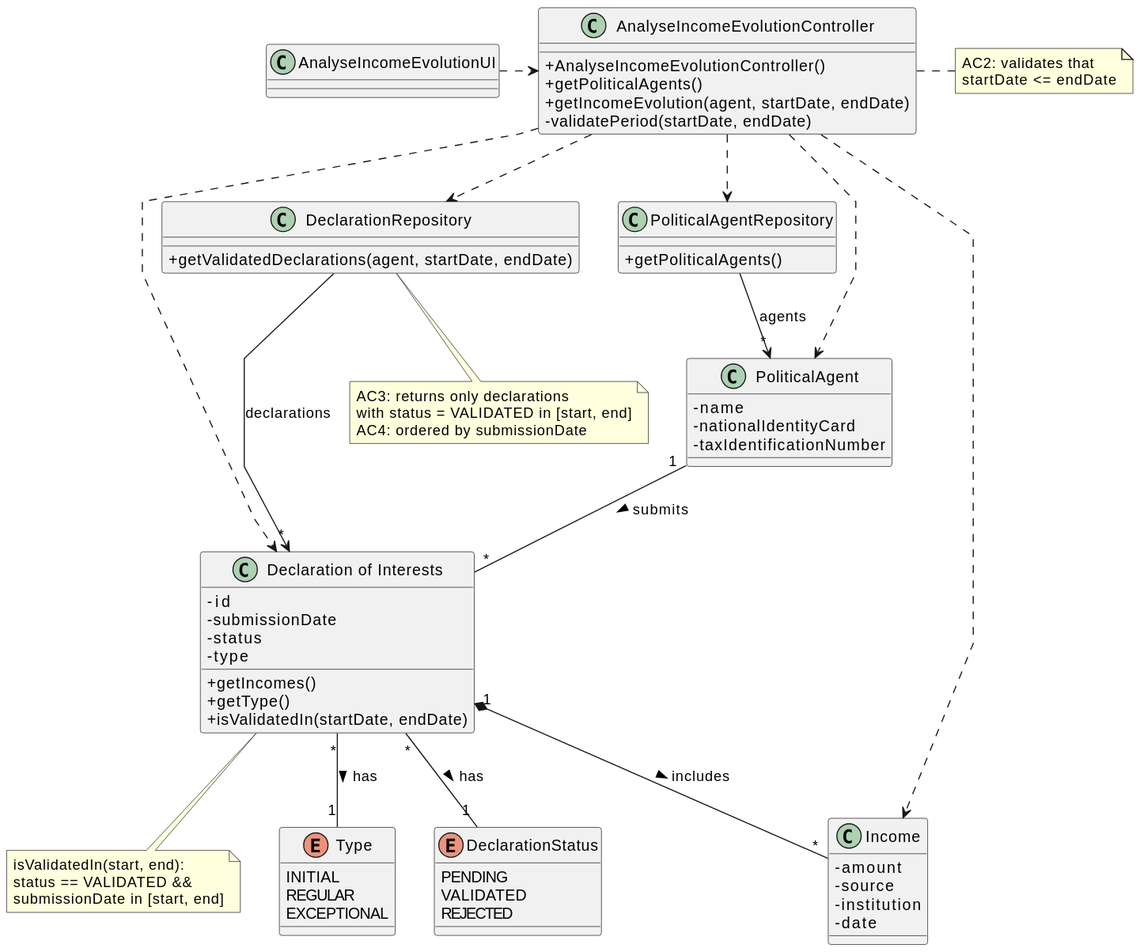
This is docs/system-documentation/US10/03.design/svg/US10-CD.svg from brunodspinto/crystal-clear-platform, a PlantUML export, as it was before one commit. Source of this version:
```plantuml
@startuml
skinparam packageStyle rectangle
skinparam shadowing false
skinparam linetype polyline
skinparam classAttributeIconSize 0

class AnalyseIncomeEvolutionUI {
}

class AnalyseIncomeEvolutionController {
    + AnalyseIncomeEvolutionController()
    + getPoliticalAgents()
    + getIncomeEvolution(agent, startDate, endDate)
    - validatePeriod(startDate, endDate)
}

class PoliticalAgentRepository {
    + getPoliticalAgents()
}

class DeclarationRepository {
    + getValidatedDeclarations(agent, startDate, endDate)
}

class PoliticalAgent {
    - name
    - nationalIdentityCard
    - taxIdentificationNumber
}

class "Declaration of Interests" as Declaration {
    - id
    - submissionDate
    - status
    - type
    + getIncomes()
    + getType()
    + isValidatedIn(startDate, endDate)
}

enum DeclarationStatus {
    PENDING
    VALIDATED
    REJECTED
}

enum Type {
    INITIAL
    REGULAR
    EXCEPTIONAL
}

class Income {
    - amount
    - source
    - institution
    - date
}

AnalyseIncomeEvolutionUI .> AnalyseIncomeEvolutionController

AnalyseIncomeEvolutionController ..> PoliticalAgentRepository
AnalyseIncomeEvolutionController ..> DeclarationRepository
AnalyseIncomeEvolutionController ..> PoliticalAgent
AnalyseIncomeEvolutionController ..> Declaration
AnalyseIncomeEvolutionController ..> Income

PoliticalAgentRepository --> "*" PoliticalAgent : agents
DeclarationRepository --> "*" Declaration : declarations

PoliticalAgent "1" -- "*" Declaration : submits >
Declaration "*" -- "1" DeclarationStatus : has >
Declaration "*" -- "1" Type : has >
Declaration "1" *-- "*" Income : includes >

note right of AnalyseIncomeEvolutionController
    AC2: validates that
    startDate <= endDate
end note

note bottom of DeclarationRepository
    AC3: returns only declarations
    with status = VALIDATED in [start, end]
    AC4: ordered by submissionDate
end note

note bottom of Declaration
    isValidatedIn(start, end):
    status == VALIDATED &&
    submissionDate in [start, end]
end note
@enduml
```
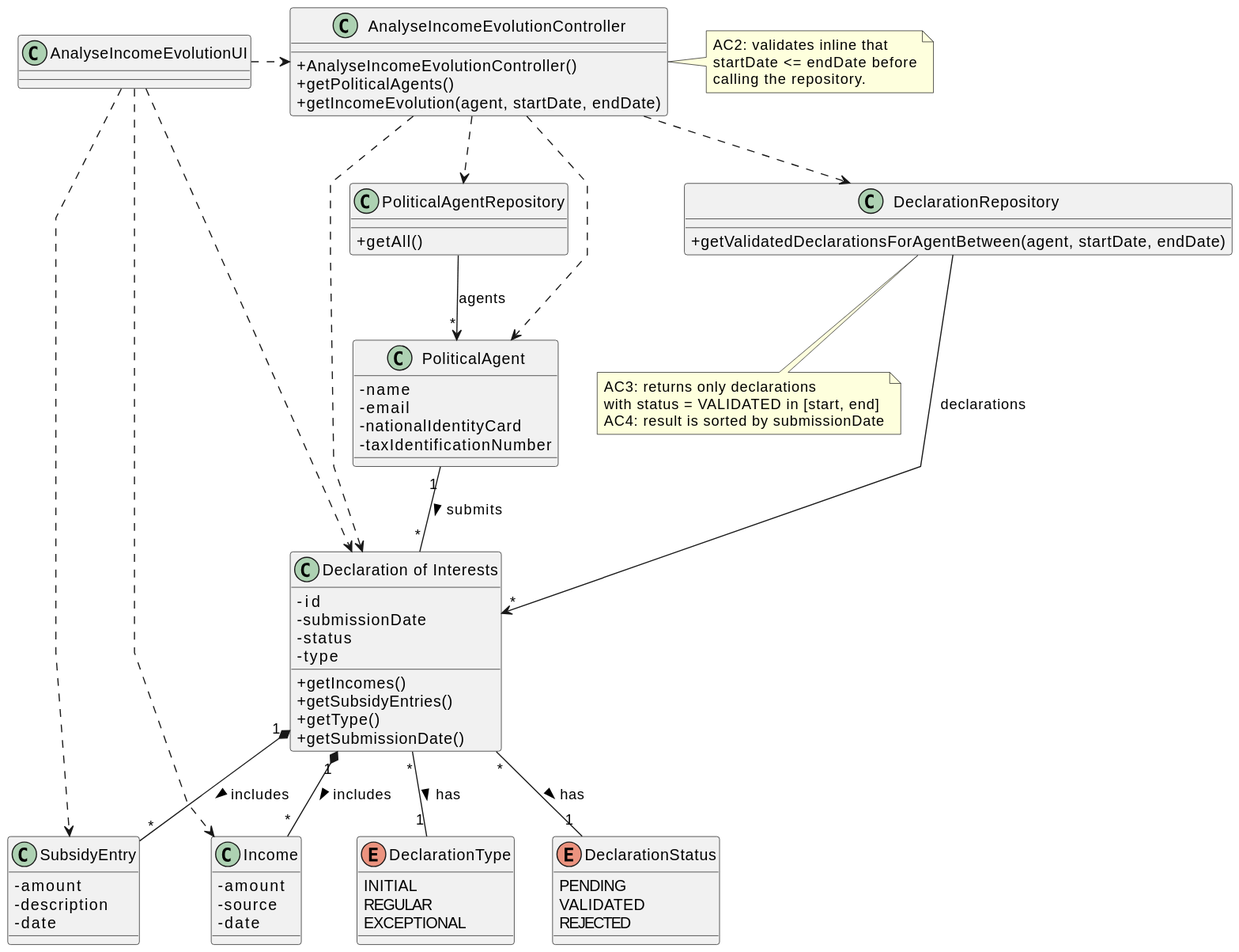
After the change.

The edit, as a diff of the source:
```diff
@@ -11,19 +11,19 @@
     + AnalyseIncomeEvolutionController()
     + getPoliticalAgents()
     + getIncomeEvolution(agent, startDate, endDate)
-    - validatePeriod(startDate, endDate)
 }
 
 class PoliticalAgentRepository {
-    + getPoliticalAgents()
+    + getAll()
 }
 
 class DeclarationRepository {
-    + getValidatedDeclarations(agent, startDate, endDate)
+    + getValidatedDeclarationsForAgentBetween(agent, startDate, endDate)
 }
 
 class PoliticalAgent {
     - name
+    - email
     - nationalIdentityCard
     - taxIdentificationNumber
 }
@@ -34,8 +34,9 @@
     - status
     - type
     + getIncomes()
+    + getSubsidyEntries()
     + getType()
-    + isValidatedIn(startDate, endDate)
+    + getSubmissionDate()
 }
 
 enum DeclarationStatus {
@@ -44,7 +45,7 @@
     REJECTED
 }
 
-enum Type {
+enum DeclarationType {
     INITIAL
     REGULAR
     EXCEPTIONAL
@@ -53,7 +54,12 @@
 class Income {
     - amount
     - source
-    - institution
+    - date
+}
+
+class SubsidyEntry {
+    - amount
+    - description
     - date
 }
 
@@ -63,30 +69,29 @@
 AnalyseIncomeEvolutionController ..> DeclarationRepository
 AnalyseIncomeEvolutionController ..> PoliticalAgent
 AnalyseIncomeEvolutionController ..> Declaration
-AnalyseIncomeEvolutionController ..> Income
+
+AnalyseIncomeEvolutionUI ..> Declaration
+AnalyseIncomeEvolutionUI ..> Income
+AnalyseIncomeEvolutionUI ..> SubsidyEntry
 
 PoliticalAgentRepository --> "*" PoliticalAgent : agents
 DeclarationRepository --> "*" Declaration : declarations
 
 PoliticalAgent "1" -- "*" Declaration : submits >
 Declaration "*" -- "1" DeclarationStatus : has >
-Declaration "*" -- "1" Type : has >
+Declaration "*" -- "1" DeclarationType : has >
 Declaration "1" *-- "*" Income : includes >
+Declaration "1" *-- "*" SubsidyEntry : includes >
 
 note right of AnalyseIncomeEvolutionController
-    AC2: validates that
-    startDate <= endDate
+    AC2: validates inline that
+    startDate <= endDate before
+    calling the repository.
 end note
 
 note bottom of DeclarationRepository
     AC3: returns only declarations
     with status = VALIDATED in [start, end]
-    AC4: ordered by submissionDate
-end note
-
-note bottom of Declaration
-    isValidatedIn(start, end):
-    status == VALIDATED &&
-    submissionDate in [start, end]
+    AC4: result is sorted by submissionDate
 end note
 @enduml
```
